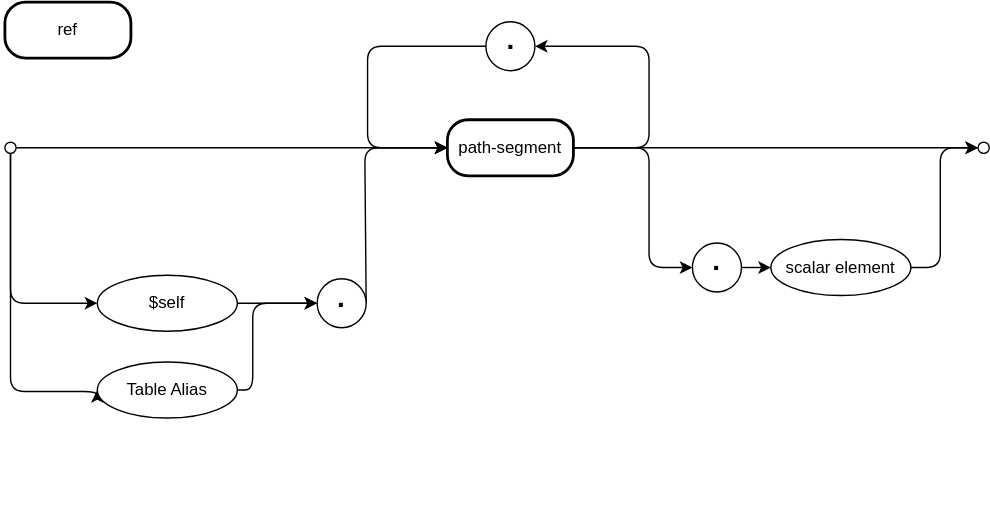
The draw.io diagram assets/cxl/ref.drawio.svg in capire/docs, before a commit. Source tidied: cells renumbered, new cells last; positions are measured from the earlier drawing's top-left corner, leaving out a move shared by most shapes. The source it was exported from:
```xml
<mxGraphModel>
  <root>
    <mxCell id="0" />
    <mxCell id="1" parent="0" />
    <mxCell id="2" value="Best viewed with the &lt;a href=&quot;https://github.com/ariel-bentu/tam-drawio&quot;&gt;TAM plugin&lt;/a&gt;" style="text;html=1;shape=tamPluginMissing;" parent="1" vertex="1">
      <mxGeometry x="251.5" y="336" width="200" height="25" as="geometry" />
    </mxCell>
    <mxCell id="3" style="edgeStyle=none;html=1;entryX=0;entryY=0.5;entryDx=0;entryDy=0;" parent="1" edge="1" source="4" target="24">
      <mxGeometry relative="1" as="geometry" />
    </mxCell>
    <mxCell id="4" style="ellipse;whiteSpace=wrap;html=1;" parent="1" vertex="1">
      <mxGeometry y="100" width="8" height="8" as="geometry" />
    </mxCell>
    <mxCell id="5" style="edgeStyle=none;html=1;exitX=1;exitY=0.5;exitDx=0;exitDy=0;entryX=0;entryY=0.5;entryDx=0;entryDy=0;" parent="1" edge="1" source="20" target="10">
      <mxGeometry relative="1" as="geometry" />
    </mxCell>
    <mxCell id="6" style="edgeStyle=elbowEdgeStyle;html=1;labelBackgroundColor=none;rounded=1;elbow=vertical;endArrow=classic;endFill=1;align=center;exitX=0.5;exitY=1;exitDx=0;exitDy=0;entryX=0;entryY=0.5;entryDx=0;entryDy=0;" parent="1" edge="1" source="4" target="20">
      <mxGeometry relative="1" as="geometry">
        <Array as="points">
          <mxPoint x="37" y="215" />
        </Array>
      </mxGeometry>
    </mxCell>
    <mxCell id="7" style="edgeStyle=elbowEdgeStyle;html=1;labelBackgroundColor=none;rounded=1;elbow=vertical;endArrow=classic;endFill=1;align=center;exitX=0.5;exitY=1;exitDx=0;exitDy=0;entryX=0;entryY=0.5;entryDx=0;entryDy=0;" parent="1" edge="1" source="4" target="21">
      <mxGeometry relative="1" as="geometry">
        <Array as="points">
          <mxPoint x="29" y="278" />
        </Array>
      </mxGeometry>
    </mxCell>
    <mxCell id="8" style="edgeStyle=none;html=1;entryX=0;entryY=0.5;entryDx=0;entryDy=0;exitX=1;exitY=0.5;exitDx=0;exitDy=0;" parent="1" edge="1" source="24" target="12">
      <mxGeometry relative="1" as="geometry" />
    </mxCell>
    <mxCell id="9" style="edgeStyle=none;html=1;exitX=1;exitY=0.5;exitDx=0;exitDy=0;entryX=0;entryY=0.5;entryDx=0;entryDy=0;" parent="1" edge="1" source="10" target="24">
      <mxGeometry relative="1" as="geometry">
        <Array as="points">
          <mxPoint x="257" y="104" />
        </Array>
      </mxGeometry>
    </mxCell>
    <mxCell id="10" value="." style="ellipse;whiteSpace=wrap;html=1;fontStyle=1;fontSize=20;verticalAlign=middle;spacingBottom=11;" parent="1" vertex="1">
      <mxGeometry x="223" y="197.5" width="35" height="35" as="geometry" />
    </mxCell>
    <mxCell id="11" value="." style="ellipse;whiteSpace=wrap;html=1;fontStyle=1;fontSize=20;verticalAlign=middle;spacingBottom=11;" parent="1" vertex="1">
      <mxGeometry x="343.5" y="14" width="35" height="35" as="geometry" />
    </mxCell>
    <mxCell id="12" style="ellipse;whiteSpace=wrap;html=1;" parent="1" vertex="1">
      <mxGeometry x="695" y="100" width="8" height="8" as="geometry" />
    </mxCell>
    <mxCell id="13" style="edgeStyle=none;html=1;entryX=0;entryY=0.5;entryDx=0;entryDy=0;exitX=1;exitY=0.5;exitDx=0;exitDy=0;" parent="1" edge="1" source="14" target="22">
      <mxGeometry relative="1" as="geometry" />
    </mxCell>
    <mxCell id="14" value="." style="ellipse;whiteSpace=wrap;html=1;fontStyle=1;fontSize=20;verticalAlign=middle;spacingBottom=11;" parent="1" vertex="1">
      <mxGeometry x="491" y="172" width="35" height="35" as="geometry" />
    </mxCell>
    <mxCell id="15" style="edgeStyle=elbowEdgeStyle;html=1;labelBackgroundColor=none;rounded=1;elbow=horizontal;endArrow=classic;endFill=1;align=left;exitX=1;exitY=0.5;exitDx=0;exitDy=0;entryX=0;entryY=0.5;entryDx=0;entryDy=0;" parent="1" edge="1" source="22" target="12">
      <mxGeometry relative="1" as="geometry">
        <Array as="points">
          <mxPoint x="668" y="146" />
        </Array>
      </mxGeometry>
    </mxCell>
    <mxCell id="16" style="edgeStyle=elbowEdgeStyle;html=1;labelBackgroundColor=none;rounded=1;elbow=horizontal;endArrow=classic;endFill=1;align=left;entryX=0;entryY=0.5;entryDx=0;entryDy=0;exitX=1;exitY=0.5;exitDx=0;exitDy=0;" parent="1" edge="1" source="21" target="10">
      <mxGeometry relative="1" as="geometry">
        <Array as="points">
          <mxPoint x="177" y="243.5" />
        </Array>
      </mxGeometry>
    </mxCell>
    <mxCell id="17" style="edgeStyle=elbowEdgeStyle;html=1;labelBackgroundColor=none;rounded=1;elbow=horizontal;endArrow=classic;endFill=1;align=left;exitX=1;exitY=0.5;exitDx=0;exitDy=0;entryX=1;entryY=0.5;entryDx=0;entryDy=0;" parent="1" edge="1" source="24" target="11">
      <mxGeometry relative="1" as="geometry">
        <Array as="points">
          <mxPoint x="460" y="65" />
        </Array>
      </mxGeometry>
    </mxCell>
    <mxCell id="18" style="edgeStyle=elbowEdgeStyle;html=1;labelBackgroundColor=none;rounded=1;elbow=horizontal;endArrow=classic;endFill=1;align=left;exitX=0;exitY=0.5;exitDx=0;exitDy=0;entryX=0;entryY=0.5;entryDx=0;entryDy=0;" parent="1" edge="1" source="11" target="24">
      <mxGeometry relative="1" as="geometry">
        <Array as="points">
          <mxPoint x="259" y="68" />
        </Array>
      </mxGeometry>
    </mxCell>
    <mxCell id="19" style="edgeStyle=elbowEdgeStyle;html=1;labelBackgroundColor=none;rounded=1;elbow=horizontal;endArrow=classic;endFill=1;align=left;exitX=1;exitY=0.5;exitDx=0;exitDy=0;entryX=0;entryY=0.5;entryDx=0;entryDy=0;" parent="1" edge="1" source="24" target="14">
      <mxGeometry relative="1" as="geometry">
        <Array as="points">
          <mxPoint x="460" y="147" />
        </Array>
      </mxGeometry>
    </mxCell>
    <mxCell id="20" value="&lt;span style=&quot;color: rgb(0, 0, 0);&quot;&gt;$self&lt;/span&gt;" style="ellipse;whiteSpace=wrap;html=1;align=center;newEdgeStyle={&quot;edgeStyle&quot;:&quot;entityRelationEdgeStyle&quot;,&quot;startArrow&quot;:&quot;none&quot;,&quot;endArrow&quot;:&quot;none&quot;,&quot;segment&quot;:10,&quot;curved&quot;:1,&quot;sourcePerimeterSpacing&quot;:0,&quot;targetPerimeterSpacing&quot;:0};" parent="1" vertex="1">
      <mxGeometry x="66" y="195" width="100" height="40" as="geometry" />
    </mxCell>
    <mxCell id="21" value="Table Alias" style="ellipse;whiteSpace=wrap;html=1;align=center;newEdgeStyle={&quot;edgeStyle&quot;:&quot;entityRelationEdgeStyle&quot;,&quot;startArrow&quot;:&quot;none&quot;,&quot;endArrow&quot;:&quot;none&quot;,&quot;segment&quot;:10,&quot;curved&quot;:1,&quot;sourcePerimeterSpacing&quot;:0,&quot;targetPerimeterSpacing&quot;:0};" parent="1" vertex="1">
      <mxGeometry x="66" y="257" width="100" height="40" as="geometry" />
    </mxCell>
    <mxCell id="22" value="&lt;span style=&quot;color: rgb(0, 0, 0);&quot;&gt;scalar element&lt;/span&gt;" style="ellipse;whiteSpace=wrap;html=1;align=center;newEdgeStyle={&quot;edgeStyle&quot;:&quot;entityRelationEdgeStyle&quot;,&quot;startArrow&quot;:&quot;none&quot;,&quot;endArrow&quot;:&quot;none&quot;,&quot;segment&quot;:10,&quot;curved&quot;:1,&quot;sourcePerimeterSpacing&quot;:0,&quot;targetPerimeterSpacing&quot;:0};" parent="1" vertex="1">
      <mxGeometry x="547" y="169.5" width="100" height="40" as="geometry" />
    </mxCell>
    <mxCell id="23" value="ref" style="rounded=1;whiteSpace=wrap;html=1;strokeWidth=2;arcSize=37;" parent="1" vertex="1">
      <mxGeometry width="90" height="40" as="geometry" />
    </mxCell>
    <mxCell id="24" value="path-segment" style="rounded=1;whiteSpace=wrap;html=1;strokeWidth=2;arcSize=37;" parent="1" vertex="1">
      <mxGeometry x="316" y="84" width="90" height="40" as="geometry" />
    </mxCell>
  </root>
</mxGraphModel>
```
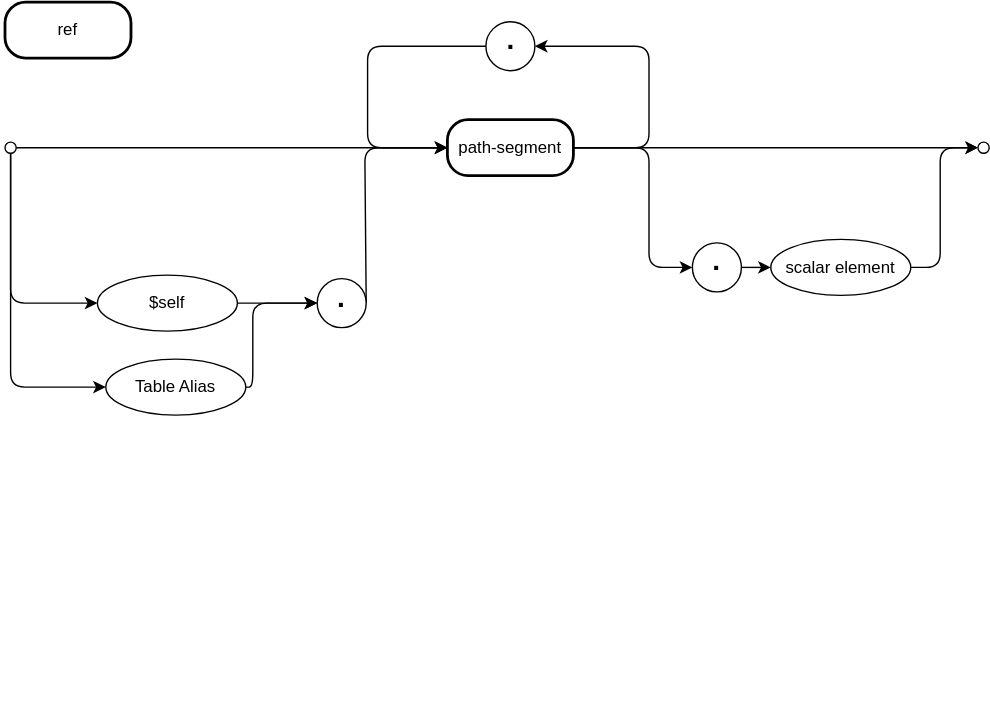
After the change.

Diff of the diagram source:
```diff
@@ -3,7 +3,7 @@
     <mxCell id="0" />
     <mxCell id="1" parent="0" />
     <mxCell id="2" value="Best viewed with the &lt;a href=&quot;https://github.com/ariel-bentu/tam-drawio&quot;&gt;TAM plugin&lt;/a&gt;" style="text;html=1;shape=tamPluginMissing;" parent="1" vertex="1">
-      <mxGeometry x="251.5" y="336" width="200" height="25" as="geometry" />
+      <mxGeometry x="303" y="494" width="200" height="25" as="geometry" />
     </mxCell>
     <mxCell id="3" style="edgeStyle=none;html=1;entryX=0;entryY=0.5;entryDx=0;entryDy=0;" parent="1" edge="1" source="4" target="24">
       <mxGeometry relative="1" as="geometry" />
@@ -21,13 +21,6 @@
         </Array>
       </mxGeometry>
     </mxCell>
-    <mxCell id="7" style="edgeStyle=elbowEdgeStyle;html=1;labelBackgroundColor=none;rounded=1;elbow=vertical;endArrow=classic;endFill=1;align=center;exitX=0.5;exitY=1;exitDx=0;exitDy=0;entryX=0;entryY=0.5;entryDx=0;entryDy=0;" parent="1" edge="1" source="4" target="21">
-      <mxGeometry relative="1" as="geometry">
-        <Array as="points">
-          <mxPoint x="29" y="278" />
-        </Array>
-      </mxGeometry>
-    </mxCell>
     <mxCell id="8" style="edgeStyle=none;html=1;entryX=0;entryY=0.5;entryDx=0;entryDy=0;exitX=1;exitY=0.5;exitDx=0;exitDy=0;" parent="1" edge="1" source="24" target="12">
       <mxGeometry relative="1" as="geometry" />
     </mxCell>
@@ -92,7 +85,7 @@
       <mxGeometry x="66" y="195" width="100" height="40" as="geometry" />
     </mxCell>
     <mxCell id="21" value="Table Alias" style="ellipse;whiteSpace=wrap;html=1;align=center;newEdgeStyle={&quot;edgeStyle&quot;:&quot;entityRelationEdgeStyle&quot;,&quot;startArrow&quot;:&quot;none&quot;,&quot;endArrow&quot;:&quot;none&quot;,&quot;segment&quot;:10,&quot;curved&quot;:1,&quot;sourcePerimeterSpacing&quot;:0,&quot;targetPerimeterSpacing&quot;:0};" parent="1" vertex="1">
-      <mxGeometry x="66" y="257" width="100" height="40" as="geometry" />
+      <mxGeometry x="72" y="255" width="100" height="40" as="geometry" />
     </mxCell>
     <mxCell id="22" value="&lt;span style=&quot;color: rgb(0, 0, 0);&quot;&gt;scalar element&lt;/span&gt;" style="ellipse;whiteSpace=wrap;html=1;align=center;newEdgeStyle={&quot;edgeStyle&quot;:&quot;entityRelationEdgeStyle&quot;,&quot;startArrow&quot;:&quot;none&quot;,&quot;endArrow&quot;:&quot;none&quot;,&quot;segment&quot;:10,&quot;curved&quot;:1,&quot;sourcePerimeterSpacing&quot;:0,&quot;targetPerimeterSpacing&quot;:0};" parent="1" vertex="1">
       <mxGeometry x="547" y="169.5" width="100" height="40" as="geometry" />
@@ -103,5 +96,8 @@
     <mxCell id="24" value="path-segment" style="rounded=1;whiteSpace=wrap;html=1;strokeWidth=2;arcSize=37;" parent="1" vertex="1">
       <mxGeometry x="316" y="84" width="90" height="40" as="geometry" />
     </mxCell>
+    <mxCell id="7" style="edgeStyle=orthogonalEdgeStyle;rounded=1;jettySize=auto;html=1;exitX=0.5;exitY=1;exitDx=0;exitDy=0;entryX=0;entryY=0.5;entryDx=0;entryDy=0;startArrow=none;startFill=0;endArrow=classic;endFill=1;startSize=6;endSize=6;align=center;fontSize=12;labelBackgroundColor=none;" parent="1" edge="1" source="4" target="21">
+      <mxGeometry relative="1" as="geometry" />
+    </mxCell>
   </root>
 </mxGraphModel>
```
